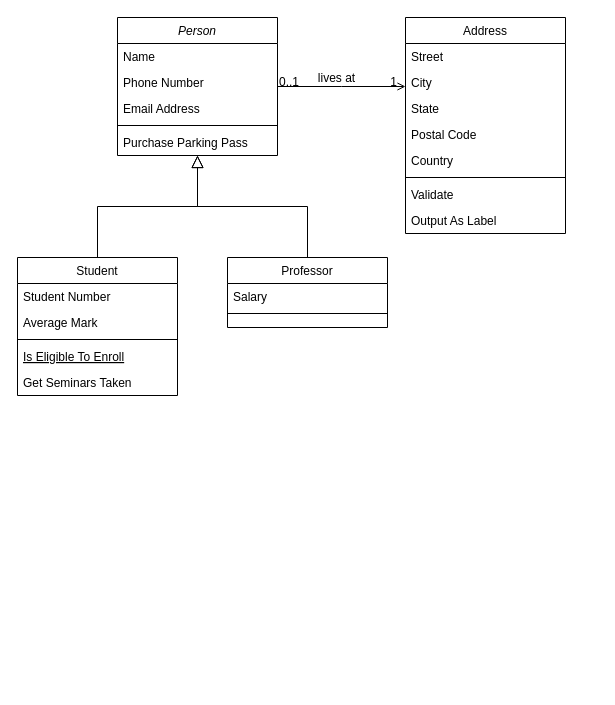
Mr-wangk/test keeps this draw.io diagram as 未命名绘图.drawio. Above is the earlier version. Source tidied: cells renumbered, new cells numbered last; positions are measured from the earlier drawing's top-left corner, leaving out a move shared by most shapes. Both pictures are drawn from the tidied source at 100%, with x=0, y=0 at pixel (17, 17).
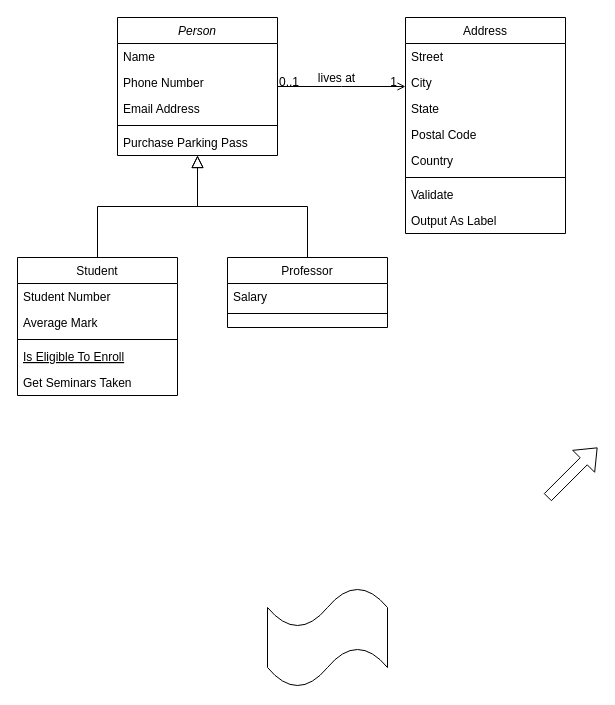
After the change.

Commit message:
更新未命名绘图.drawio

What changed in the source:
```diff
@@
+    <mxCell id="32" style="shape=tape;whiteSpace=wrap;html=1;" parent="1" vertex="1">
+      <mxGeometry x="250" y="570" width="120" height="100" as="geometry" />
+    </mxCell>
+    <mxCell id="33" style="shape=flexArrow;endArrow=classic;html=1;rounded=0;" parent="1" edge="1">
+      <mxGeometry relative="1" as="geometry">
+        <mxPoint x="530" y="480" as="sourcePoint" />
+        <mxPoint x="580" y="430" as="targetPoint" />
+      </mxGeometry>
+    </mxCell>
```
